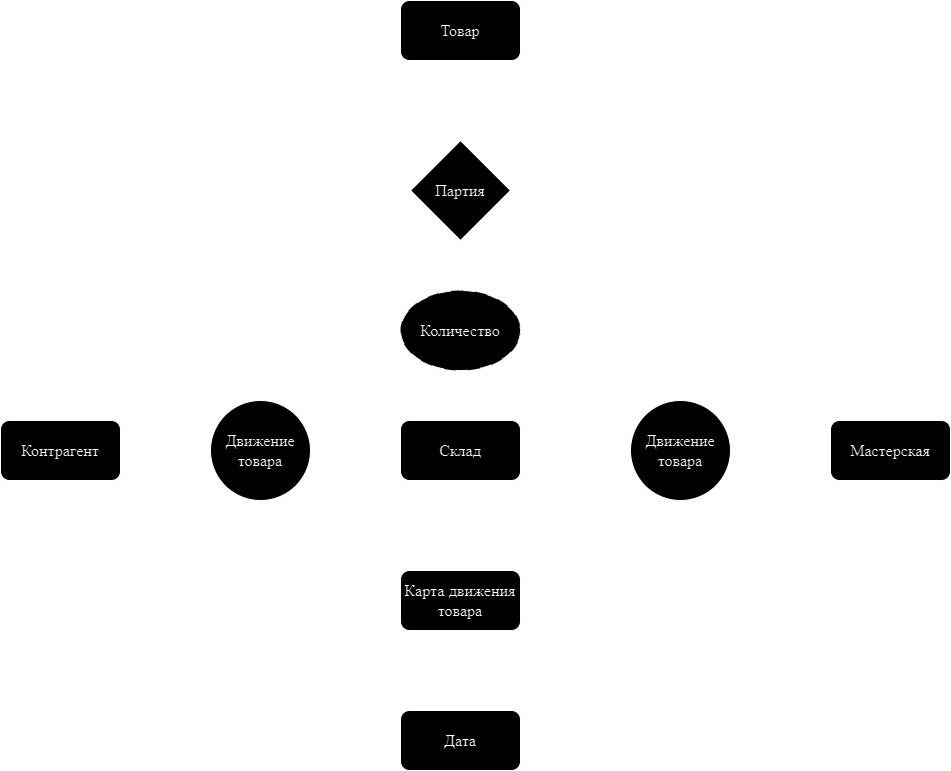
Above: СкладскойУчетСхемаБД.png in AlexandrSB/DataBase (draw.io), before the change. Source tidied: cells renumbered, new cells last; positions are measured from the earlier drawing's top-left corner, leaving out a move shared by most shapes.
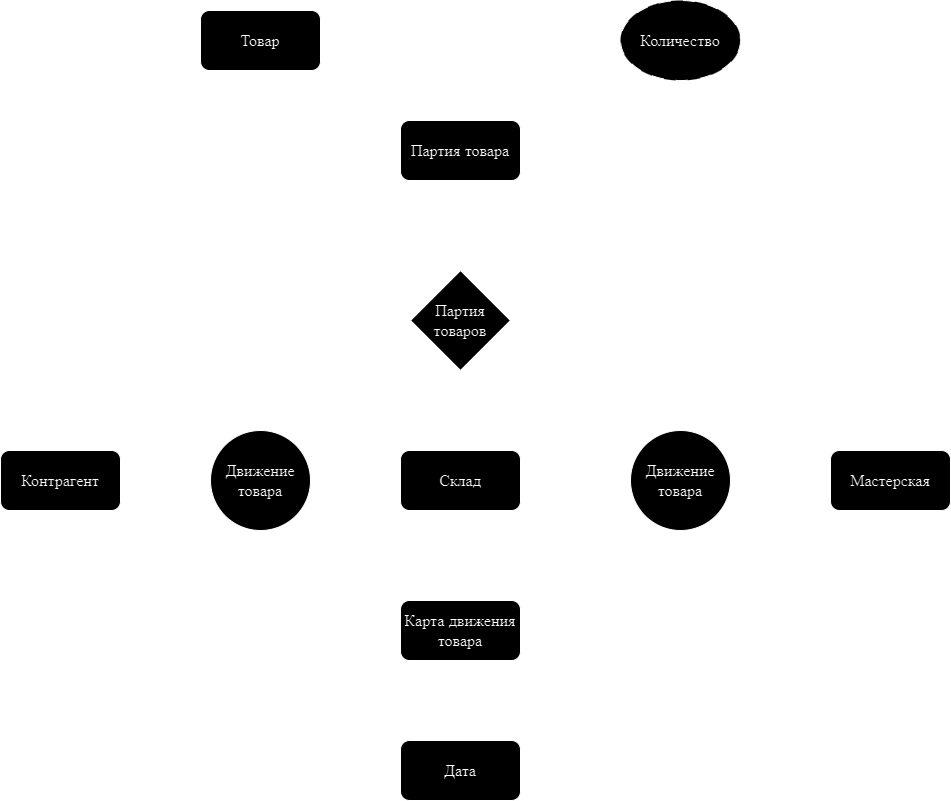
The same diagram one commit later.

The edit, as a diff of the source:
```diff
@@ -11,7 +11,7 @@
       </mxGeometry>
     </mxCell>
     <mxCell id="4" value="&lt;font style=&quot;font-size: 16px;&quot;&gt;Товар&lt;br&gt;&lt;/font&gt;" style="rounded=1;whiteSpace=wrap;html=1;" parent="1" vertex="1">
-      <mxGeometry x="400" width="120" height="60" as="geometry" />
+      <mxGeometry x="200" y="-20" width="120" height="60" as="geometry" />
     </mxCell>
     <mxCell id="5" value="&lt;font style=&quot;font-size: 16px;&quot;&gt;Склад&lt;br&gt;&lt;/font&gt;" style="rounded=1;whiteSpace=wrap;html=1;" parent="1" vertex="1">
       <mxGeometry x="400" y="420" width="120" height="60" as="geometry" />
@@ -27,8 +27,8 @@
     <mxCell id="8" value="&lt;font style=&quot;font-size: 16px;&quot;&gt;Дата&lt;br&gt;&lt;/font&gt;" style="rounded=1;whiteSpace=wrap;html=1;" parent="1" vertex="1">
       <mxGeometry x="400" y="710" width="120" height="60" as="geometry" />
     </mxCell>
-    <mxCell id="9" value="&lt;font style=&quot;font-size: 16px;&quot;&gt;Партия&lt;br&gt;&lt;/font&gt;" style="rhombus;whiteSpace=wrap;html=1;" parent="1" vertex="1">
-      <mxGeometry x="410" y="140" width="100" height="100" as="geometry" />
+    <mxCell id="9" value="&lt;font style=&quot;font-size: 16px;&quot;&gt;Партия товаров&lt;br&gt;&lt;/font&gt;" style="rhombus;whiteSpace=wrap;html=1;" parent="1" vertex="1">
+      <mxGeometry x="410" y="240" width="100" height="100" as="geometry" />
     </mxCell>
     <mxCell id="10" style="fontSize=12;html=1;endArrow=ERoneToMany;rounded=0;entryX=0;entryY=0.5;entryDx=0;entryDy=0;exitX=0.5;exitY=0;exitDx=0;exitDy=0;edgeStyle=elbowEdgeStyle;" parent="1" edge="1" target="9">
       <mxGeometry relative="1" as="geometry">
@@ -73,19 +73,25 @@
       <mxGeometry x="630" y="400" width="100" height="100" as="geometry" />
     </mxCell>
     <mxCell id="18" value="&lt;font style=&quot;font-size: 16px;&quot;&gt;Количество&lt;/font&gt;" style="ellipse;whiteSpace=wrap;html=1;fillColor=default;dashed=1;dashPattern=12 12;" parent="1" vertex="1">
-      <mxGeometry x="400" y="290" width="120" height="80" as="geometry" />
+      <mxGeometry x="620" y="-30" width="120" height="80" as="geometry" />
     </mxCell>
-    <mxCell id="19" style="endArrow=none;dashed=1;html=1;rounded=0;exitX=0.5;exitY=1;exitDx=0;exitDy=0;entryX=0.5;entryY=0;entryDx=0;entryDy=0;elbow=vertical;" parent="1" edge="1" source="9" target="18">
+    <mxCell id="19" style="endArrow=none;dashed=1;html=1;rounded=0;entryX=0.5;entryY=1;entryDx=0;entryDy=0;elbow=vertical;exitX=1;exitY=0.5;exitDx=0;exitDy=0;edgeStyle=orthogonalEdgeStyle;" parent="1" edge="1" source="23" target="18">
       <mxGeometry relative="1" as="geometry" />
     </mxCell>
-    <mxCell id="20" style="fontSize=12;html=1;endArrow=ERmany;startArrow=ERmany;rounded=0;entryX=0.5;entryY=1;entryDx=0;entryDy=0;exitX=0.5;exitY=0;exitDx=0;exitDy=0;" parent="1" edge="1" source="9" target="4">
-      <mxGeometry relative="1" as="geometry" />
-    </mxCell>
     <mxCell id="21" value="&lt;font style=&quot;font-size: 16px;&quot;&gt;Карта движения товара&lt;br&gt;&lt;/font&gt;" style="rounded=1;whiteSpace=wrap;html=1;" parent="1" vertex="1">
       <mxGeometry x="400" y="570" width="120" height="60" as="geometry" />
     </mxCell>
     <mxCell id="22" style="fontSize=12;html=1;endArrow=ERmany;startArrow=ERmany;rounded=0;exitX=0.5;exitY=0;exitDx=0;exitDy=0;entryX=0.5;entryY=1;entryDx=0;entryDy=0;" parent="1" edge="1" source="8" target="21">
       <mxGeometry relative="1" as="geometry" />
     </mxCell>
+    <mxCell id="23" value="&lt;font style=&quot;font-size: 16px;&quot;&gt;Партия товара&lt;br&gt;&lt;/font&gt;" style="rounded=1;whiteSpace=wrap;html=1;" parent="1" vertex="1">
+      <mxGeometry x="400" y="90" width="120" height="60" as="geometry" />
+    </mxCell>
+    <mxCell id="24" style="edgeStyle=orthogonalEdgeStyle;fontSize=12;html=1;endArrow=ERoneToMany;rounded=0;entryX=0;entryY=0.5;entryDx=0;entryDy=0;exitX=0.5;exitY=1;exitDx=0;exitDy=0;" parent="1" edge="1" source="4" target="23">
+      <mxGeometry relative="1" as="geometry" />
+    </mxCell>
+    <mxCell id="25" style="fontSize=12;html=1;endArrow=ERoneToMany;rounded=0;entryX=0.5;entryY=0;entryDx=0;entryDy=0;exitX=0.5;exitY=1;exitDx=0;exitDy=0;" parent="1" edge="1" source="23" target="9">
+      <mxGeometry relative="1" as="geometry" />
+    </mxCell>
   </root>
 </mxGraphModel>
```
